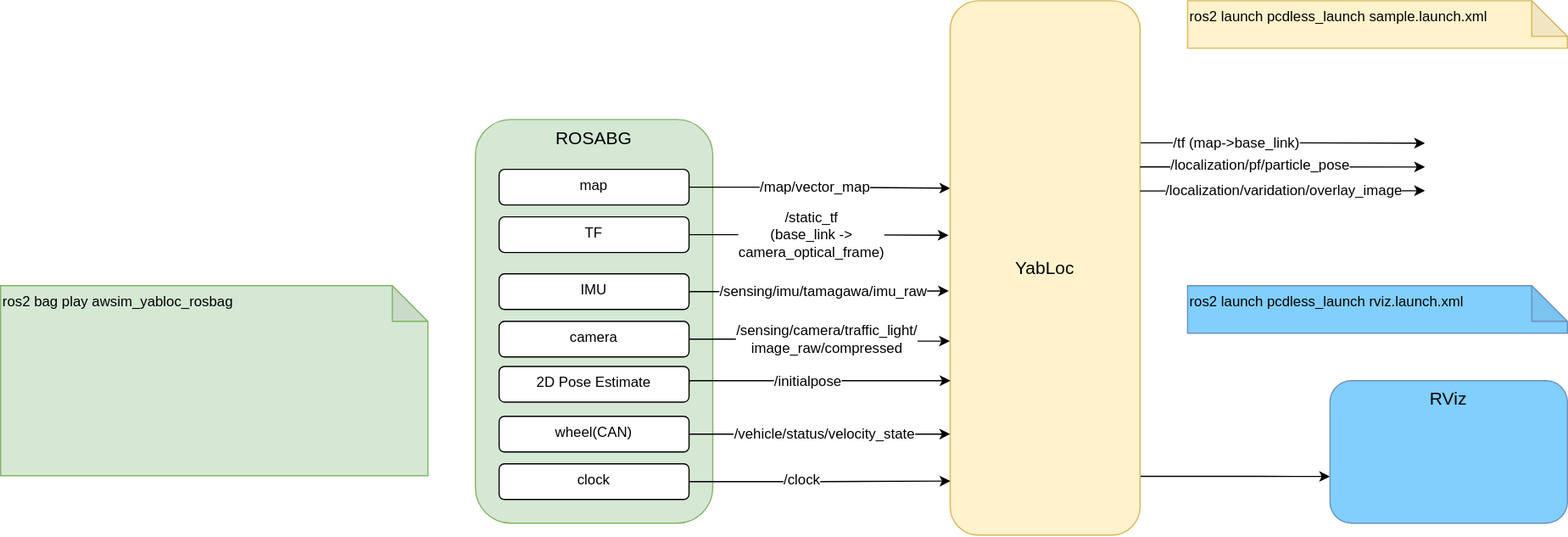
rsasaki0109/YabLoc keeps this draw.io diagram as docs/how_to_launch_quick_start_demo.drawio.svg. Above is the earlier version. Source tidied: cells renumbered, new cells last; positions are measured from the earlier drawing's top-left corner, leaving out a move shared by most shapes.
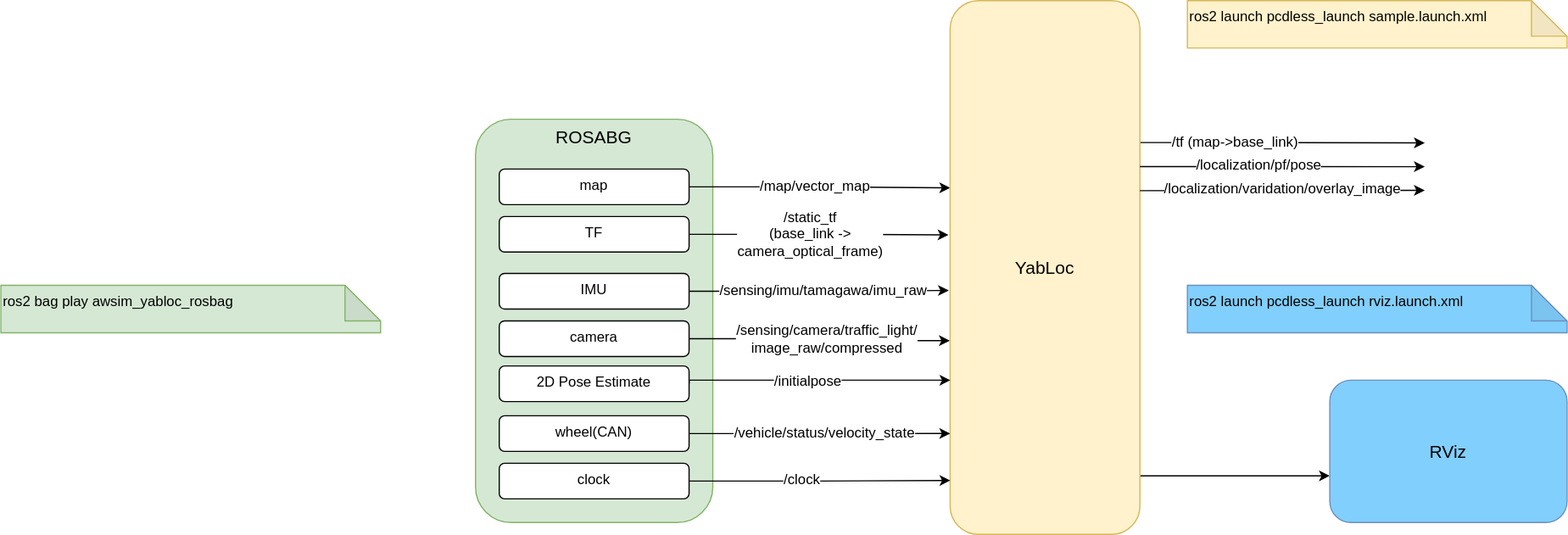
After the change.

What changed in the source:
```diff
@@ -107,7 +107,7 @@
     <mxCell id="27" value="/initialpose" style="edgeLabel;html=1;align=center;verticalAlign=middle;fontSize=12;fontColor=#000000;" parent="26" vertex="1">
       <mxGeometry x="-0.08" y="-1" relative="1" as="geometry" />
     </mxCell>
-    <mxCell id="28" value="&lt;font style=&quot;font-size: 15px;&quot;&gt;RViz&lt;/font&gt;" style="rounded=1;whiteSpace=wrap;html=1;verticalAlign=top;fillColor=#81CFFC;strokeColor=#6c8ebf;" parent="1" vertex="1">
+    <mxCell id="28" value="&lt;font style=&quot;font-size: 15px;&quot;&gt;RViz&lt;/font&gt;" style="rounded=1;whiteSpace=wrap;html=1;verticalAlign=middle;fillColor=#81CFFC;strokeColor=#6c8ebf;" parent="1" vertex="1">
       <mxGeometry x="1120" y="320" width="200" height="120" as="geometry" />
     </mxCell>
     <mxCell id="29" value="&lt;font style=&quot;&quot;&gt;&lt;font style=&quot;font-size: 12px;&quot;&gt;&amp;nbsp;ros2 launch pcdless_launch rviz.launch.xml&lt;/font&gt;&lt;br&gt;&lt;/font&gt;" style="shape=note;whiteSpace=wrap;html=1;backgroundOutline=1;darkOpacity=0.05;align=left;verticalAlign=top;fillColor=#81CFFC;strokeColor=#6c8ebf;" parent="1" vertex="1">
@@ -118,7 +118,7 @@
         <mxPoint x="1200" y="140" as="targetPoint" />
       </mxGeometry>
     </mxCell>
-    <mxCell id="31" value="/localization/pf/particle_pose" style="edgeLabel;html=1;align=center;verticalAlign=middle;fontSize=12;fontColor=#000000;" parent="30" vertex="1">
+    <mxCell id="31" value="/localization/pf/pose" style="edgeLabel;html=1;align=center;verticalAlign=middle;fontSize=12;fontColor=#000000;" parent="30" vertex="1">
       <mxGeometry x="-0.11" y="1" relative="1" as="geometry">
         <mxPoint x="-6" as="offset" />
       </mxGeometry>
@@ -133,8 +133,8 @@
         <mxPoint x="14" as="offset" />
       </mxGeometry>
     </mxCell>
-    <mxCell id="34" value="&lt;div style=&quot;&quot;&gt;&lt;div style=&quot;&quot;&gt;&lt;font style=&quot;font-size: 12px;&quot;&gt;ros2 bag play&amp;nbsp;awsim_yabloc_rosbag&amp;nbsp;&lt;/font&gt;&lt;/div&gt;&lt;/div&gt;" style="shape=note;whiteSpace=wrap;html=1;backgroundOutline=1;darkOpacity=0.05;align=left;verticalAlign=top;fillColor=#d5e8d4;strokeColor=#82b366;spacing=2;" parent="1" vertex="1">
-      <mxGeometry y="240" width="360" height="160" as="geometry" />
+    <mxCell id="34" value="&lt;div style=&quot;font-size: 12px;&quot;&gt;&lt;div style=&quot;font-size: 12px;&quot;&gt;&lt;font style=&quot;font-size: 12px;&quot;&gt;ros2 bag play&amp;nbsp;awsim_yabloc_rosbag&amp;nbsp;&lt;/font&gt;&lt;/div&gt;&lt;/div&gt;" style="shape=note;whiteSpace=wrap;html=1;backgroundOutline=1;darkOpacity=0.05;align=left;verticalAlign=top;fillColor=#d5e8d4;strokeColor=#82b366;spacing=2;fontSize=12;" parent="1" vertex="1">
+      <mxGeometry y="240" width="320" height="40" as="geometry" />
     </mxCell>
     <mxCell id="35" value="2D Pose Estimate" style="rounded=1;whiteSpace=wrap;html=1;verticalAlign=top;" parent="1" vertex="1">
       <mxGeometry x="420" y="308" width="160" height="30" as="geometry" />
```
